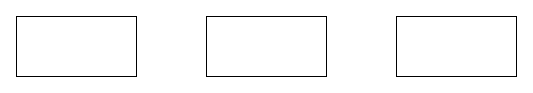
The draw.io diagram Test.drawio in sjoedwards/mermaid-examples, before the edit. Source tidied: cells renumbered, new cells numbered last; positions are measured from the earlier drawing's top-left corner, leaving out a move shared by most shapes. Both pictures are drawn from the tidied source at 100%, with x=0, y=0 at pixel (16, 16).
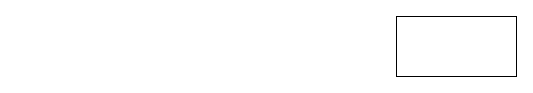
Above is the later version.

Change to the diagram source:
```diff
@@
 <mxGraphModel>
   <root>
     <mxCell id="0" />
     <mxCell id="1" parent="0" />
-    <mxCell id="2" style="rounded=0;whiteSpace=wrap;html=1;" parent="1" vertex="1">
-      <mxGeometry width="120" height="60" as="geometry" />
-    </mxCell>
-    <mxCell id="3" style="rounded=0;whiteSpace=wrap;html=1;" parent="1" vertex="1">
-      <mxGeometry x="190" width="120" height="60" as="geometry" />
-    </mxCell>
     <mxCell id="4" style="rounded=0;whiteSpace=wrap;html=1;" parent="1" vertex="1">
       <mxGeometry x="380" width="120" height="60" as="geometry" />
     </mxCell>
   </root>
 </mxGraphModel>
```
